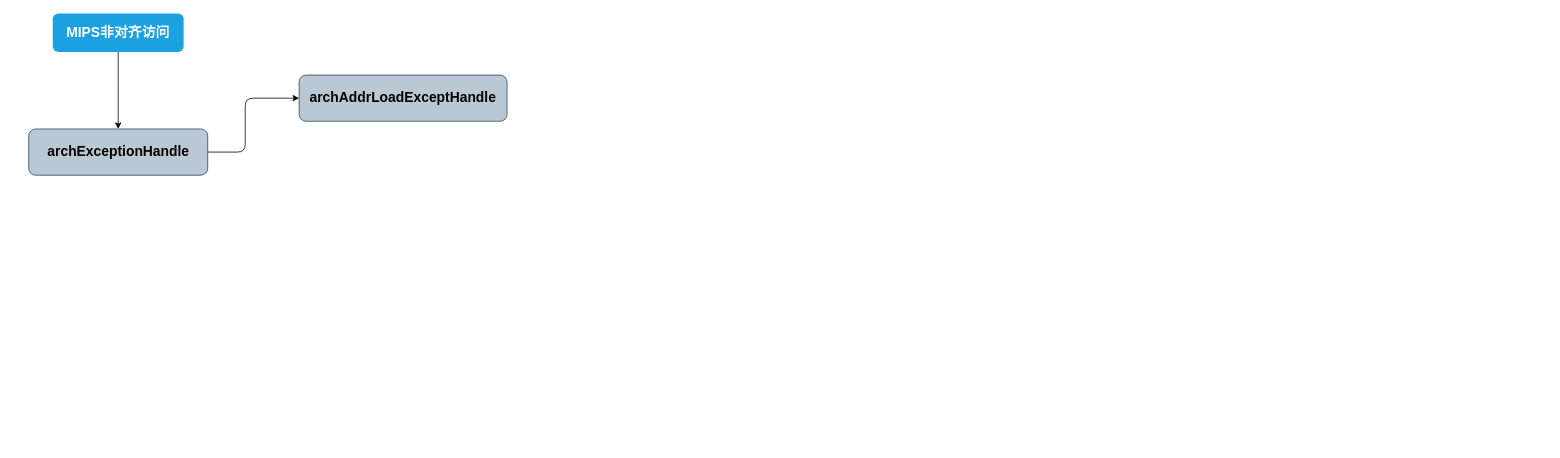
Above: draw/SylixOS handle unaligned acesses.drawio in peng-fan/drawio (draw.io), before the change. Source tidied: cells renumbered, new cells numbered last; positions are measured from the earlier drawing's top-left corner, leaving out a move shared by most shapes. Both pictures are drawn from the tidied source at 77%, with x=0, y=0 at pixel (28, 13).
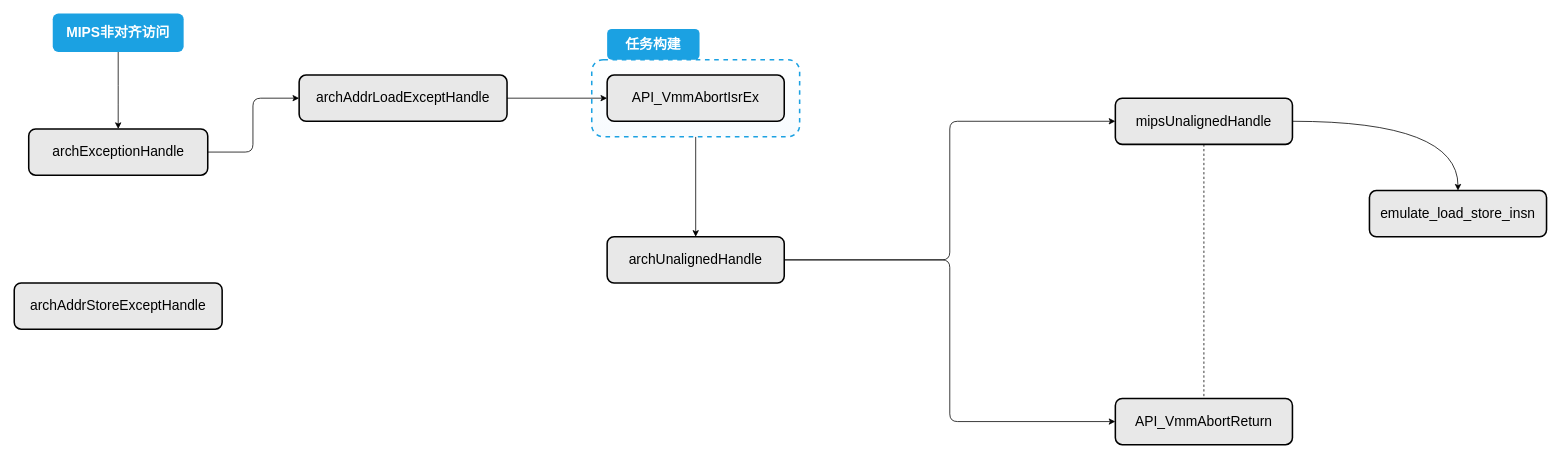
After the change.

Change to the diagram source:
```diff
@@
+    <mxCell id="7" style="edgeStyle=orthogonalEdgeStyle;rounded=1;jettySize=auto;html=1;" parent="1" edge="1" source="8" target="15">
+      <mxGeometry relative="1" as="geometry" />
+    </mxCell>
+    <mxCell id="8" style="rounded=1;whiteSpace=wrap;html=1;dashed=1;strokeWidth=2;fontColor=#ffffff;strokeColor=#1BA1E2;shadow=0;sketch=0;glass=0;perimeterSpacing=0;gradientDirection=south;gradientColor=#F7FBFE;" parent="1" vertex="1">
+      <mxGeometry x="731" y="60" width="270" height="100" as="geometry" />
+    </mxCell>
@@
     <mxCell id="4" style="edgeStyle=orthogonalEdgeStyle;jettySize=auto;html=1;rounded=1;" parent="1" edge="1" source="5" target="6">
       <mxGeometry relative="1" as="geometry">
         <Array as="points">
-          <mxPoint x="281" y="180" />
-          <mxPoint x="281" y="110" />
+          <mxPoint x="291" y="180" />
+          <mxPoint x="291" y="110" />
         </Array>
       </mxGeometry>
     </mxCell>
-    <mxCell id="5" value="&lt;b&gt;&lt;font style=&quot;font-size: 18px&quot;&gt;archExceptionHandle&lt;/font&gt;&lt;/b&gt;" style="whiteSpace=wrap;html=1;rounded=1;strokeColor=#23445d;fillColor=#bac8d3;" parent="1" vertex="1">
+    <mxCell id="5" value="&lt;font style=&quot;font-size: 18px&quot;&gt;archExceptionHandle&lt;/font&gt;" style="whiteSpace=wrap;html=1;rounded=1;fillColor=#e8e8e8;strokeWidth=2;" parent="1" vertex="1">
       <mxGeometry x="-0.2" y="150" width="232.5" height="60" as="geometry" />
     </mxCell>
+    <mxCell id="9" style="edgeStyle=orthogonalEdgeStyle;rounded=1;jettySize=auto;html=1;" parent="1" edge="1" source="6" target="11">
+      <mxGeometry relative="1" as="geometry" />
+    </mxCell>
-    <mxCell id="6" value="&lt;span style=&quot;text-align: left&quot;&gt;&lt;b&gt;&lt;font style=&quot;font-size: 18px&quot;&gt;archAddrLoadExceptHandle&lt;/font&gt;&lt;/b&gt;&lt;/span&gt;" style="whiteSpace=wrap;html=1;rounded=1;strokeColor=#23445d;fillColor=#bac8d3;" parent="1" vertex="1">
+    <mxCell id="6" value="&lt;span style=&quot;text-align: left&quot;&gt;&lt;font style=&quot;font-size: 18px&quot;&gt;archAddrLoadExceptHandle&lt;/font&gt;&lt;/span&gt;" style="whiteSpace=wrap;html=1;rounded=1;fillColor=#E8E8E8;strokeWidth=2;" parent="1" vertex="1">
       <mxGeometry x="351" y="80" width="270" height="60" as="geometry" />
     </mxCell>
+    <mxCell id="10" value="&lt;div style=&quot;text-align: left&quot;&gt;&lt;span style=&quot;font-size: 18px&quot;&gt;archAddrStoreExceptHandle&lt;/span&gt;&lt;/div&gt;" style="whiteSpace=wrap;html=1;rounded=1;fillColor=#E8E8E8;strokeWidth=2;" parent="1" vertex="1">
+      <mxGeometry x="-19" y="350" width="270" height="60" as="geometry" />
+    </mxCell>
+    <mxCell id="11" value="&lt;div style=&quot;text-align: left&quot;&gt;&lt;span style=&quot;font-size: 18px&quot;&gt;API_VmmAbortIsrEx&lt;/span&gt;&lt;/div&gt;" style="whiteSpace=wrap;html=1;rounded=1;fillColor=#E8E8E8;strokeWidth=2;" parent="1" vertex="1">
+      <mxGeometry x="751" y="80" width="230" height="60" as="geometry" />
+    </mxCell>
+    <mxCell id="12" value="&lt;b&gt;&lt;font style=&quot;font-size: 18px&quot;&gt;任务构建&lt;/font&gt;&lt;/b&gt;" style="rounded=1;whiteSpace=wrap;html=1;fillColor=#1ba1e2;fontColor=#ffffff;strokeColor=none;" parent="1" vertex="1">
+      <mxGeometry x="751" y="20" width="120" height="40" as="geometry" />
+    </mxCell>
+    <mxCell id="13" style="edgeStyle=orthogonalEdgeStyle;rounded=1;jettySize=auto;html=1;entryX=0;entryY=0.5;entryDx=0;entryDy=0;" parent="1" edge="1" source="15" target="18">
+      <mxGeometry relative="1" as="geometry" />
+    </mxCell>
+    <mxCell id="14" style="edgeStyle=orthogonalEdgeStyle;rounded=1;jettySize=auto;html=1;entryX=0;entryY=0.5;entryDx=0;entryDy=0;" parent="1" edge="1" source="15" target="19">
+      <mxGeometry relative="1" as="geometry" />
+    </mxCell>
+    <mxCell id="15" value="&lt;span style=&quot;text-align: left&quot;&gt;&lt;font style=&quot;font-size: 18px&quot;&gt;archUnalignedHandle&lt;/font&gt;&lt;/span&gt;" style="whiteSpace=wrap;html=1;rounded=1;fillColor=#E8E8E8;strokeWidth=2;" parent="1" vertex="1">
+      <mxGeometry x="751" y="290" width="230" height="60" as="geometry" />
+    </mxCell>
+    <mxCell id="16" style="edgeStyle=orthogonalEdgeStyle;rounded=1;jettySize=auto;html=1;entryX=0.5;entryY=0;entryDx=0;entryDy=0;dashed=1;endArrow=none;endFill=0;" parent="1" edge="1" source="18" target="19">
+      <mxGeometry relative="1" as="geometry" />
+    </mxCell>
+    <mxCell id="17" style="edgeStyle=orthogonalEdgeStyle;jettySize=auto;html=1;endArrow=classic;endFill=1;curved=1;" parent="1" edge="1" source="18" target="20">
+      <mxGeometry relative="1" as="geometry" />
+    </mxCell>
+    <mxCell id="18" value="&lt;div style=&quot;text-align: left&quot;&gt;&lt;span style=&quot;font-size: 18px&quot;&gt;mipsUnalignedHandle&lt;/span&gt;&lt;/div&gt;" style="whiteSpace=wrap;html=1;rounded=1;fillColor=#E8E8E8;strokeWidth=2;" parent="1" vertex="1">
+      <mxGeometry x="1411" y="110" width="230" height="60" as="geometry" />
+    </mxCell>
+    <mxCell id="19" value="&lt;div style=&quot;text-align: left&quot;&gt;&lt;span style=&quot;font-size: 18px&quot;&gt;API_VmmAbortReturn&lt;/span&gt;&lt;/div&gt;" style="whiteSpace=wrap;html=1;rounded=1;fillColor=#E8E8E8;strokeWidth=2;" parent="1" vertex="1">
+      <mxGeometry x="1411" y="500" width="230" height="60" as="geometry" />
+    </mxCell>
+    <mxCell id="20" value="&lt;div style=&quot;text-align: left&quot;&gt;&lt;span style=&quot;font-size: 18px&quot;&gt;emulate_load_store_insn&lt;/span&gt;&lt;br&gt;&lt;/div&gt;" style="whiteSpace=wrap;html=1;rounded=1;fillColor=#E8E8E8;strokeWidth=2;" parent="1" vertex="1">
+      <mxGeometry x="1741" y="230" width="230" height="60" as="geometry" />
+    </mxCell>
```
